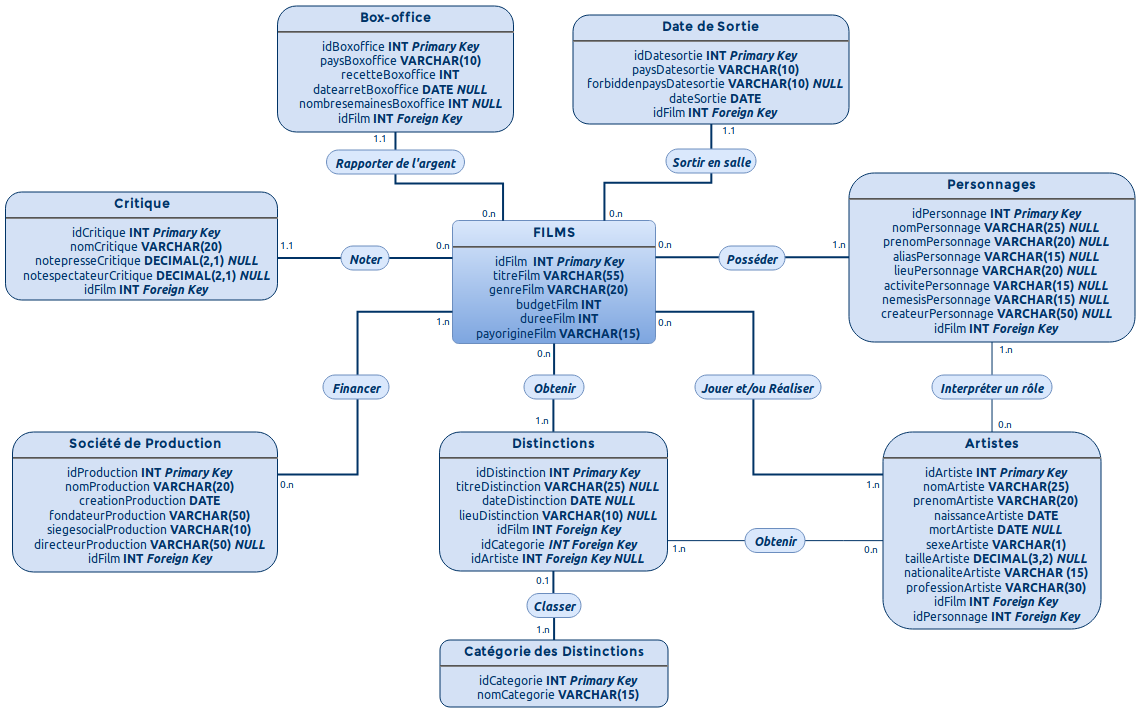
The draw.io diagram Images/Schéma MCD MovieDatabase.png in Zocel/MovieDatabase, before a commit. Source tidied: cells renumbered, new cells last; positions are measured from the earlier drawing's top-left corner, leaving out a move shared by most shapes.
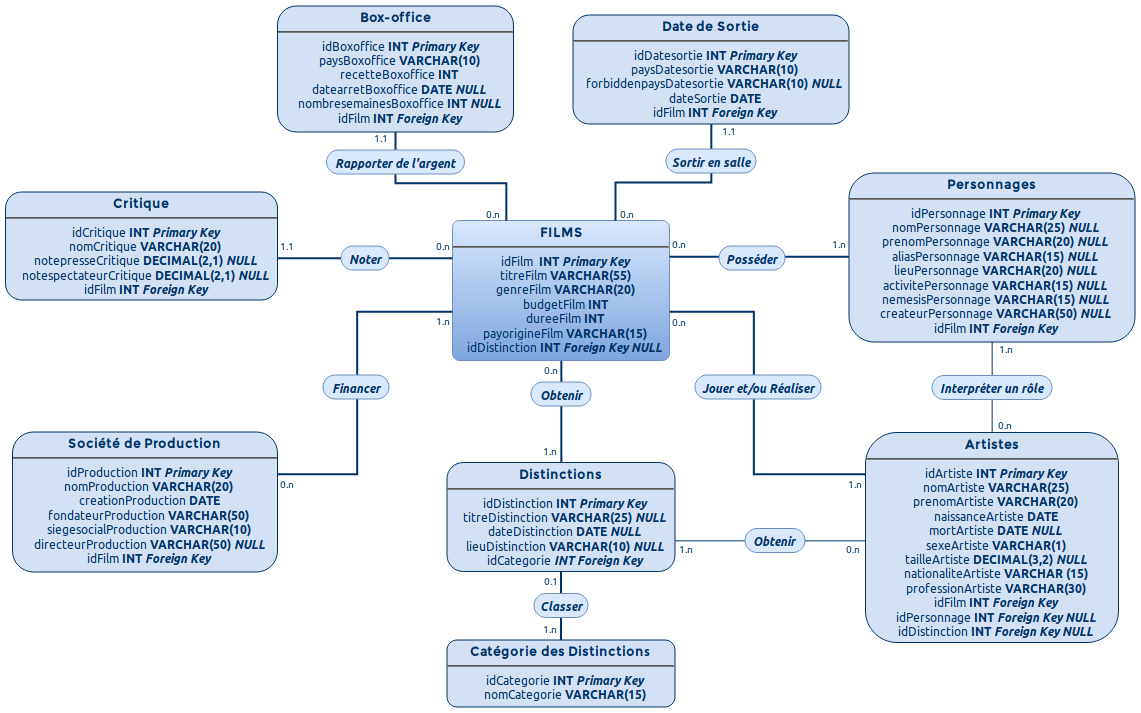
After the commit.

Diff of the diagram source:
```diff
@@ -2,11 +2,11 @@
   <root>
     <mxCell id="0" />
     <mxCell id="1" parent="0" />
-    <mxCell id="2" value="&lt;p style=&quot;margin: 4px 0px 0px&quot; align=&quot;center&quot;&gt;&lt;font face=&quot;Montserrat&quot;&gt;&lt;strong&gt;FILMS&lt;/strong&gt;&lt;/font&gt;&lt;/p&gt;&lt;hr align=&quot;center&quot;&gt;&lt;p style=&quot;margin: 0px ; margin-left: 8px&quot; align=&quot;center&quot;&gt;idFilm&amp;nbsp; &lt;b&gt;INT&lt;/b&gt;&lt;i&gt;&lt;b&gt; Primary Key&lt;/b&gt;&lt;/i&gt;&lt;/p&gt;&lt;p style=&quot;margin: 0px ; margin-left: 8px&quot; align=&quot;center&quot;&gt;titreFilm&lt;b&gt; VARCHAR(55)&lt;/b&gt;&lt;/p&gt;&lt;p style=&quot;margin: 0px ; margin-left: 8px&quot; align=&quot;center&quot;&gt;genreFilm&lt;b&gt; VARCHAR(20)&lt;/b&gt;&lt;/p&gt;&lt;p style=&quot;margin: 0px ; margin-left: 8px&quot; align=&quot;center&quot;&gt;budgetFilm&lt;b&gt; INT&lt;/b&gt;&lt;/p&gt;&lt;p style=&quot;margin: 0px ; margin-left: 8px&quot; align=&quot;center&quot;&gt;dureeFilm&lt;b&gt; INT&lt;/b&gt;&lt;/p&gt;&lt;p style=&quot;margin: 0px ; margin-left: 8px&quot; align=&quot;center&quot;&gt;payorigineFilm&lt;b&gt; VARCHAR(15)&lt;/b&gt;&lt;i&gt;&lt;b&gt;&lt;br&gt;&lt;/b&gt;&lt;/i&gt;&lt;/p&gt;" style="verticalAlign=top;align=left;overflow=fill;fontSize=12;fontFamily=Ubuntu;html=1;strokeColor=#6c8ebf;shadow=0;fillColor=#dae8fc;glass=0;comic=0;rounded=1;arcSize=5;gradientColor=#7ea6e0;gradientDirection=south;fontColor=#003366;" parent="1" vertex="1">
-      <mxGeometry x="447" y="214" width="203" height="123" as="geometry" />
+    <mxCell id="2" value="&lt;p style=&quot;margin: 4px 0px 0px&quot; align=&quot;center&quot;&gt;&lt;font face=&quot;Montserrat&quot;&gt;&lt;strong&gt;FILMS&lt;/strong&gt;&lt;/font&gt;&lt;/p&gt;&lt;hr align=&quot;center&quot;&gt;&lt;p style=&quot;margin: 0px ; margin-left: 8px&quot; align=&quot;center&quot;&gt;idFilm&amp;nbsp; &lt;b&gt;INT&lt;/b&gt;&lt;i&gt;&lt;b&gt; Primary Key&lt;/b&gt;&lt;/i&gt;&lt;/p&gt;&lt;p style=&quot;margin: 0px ; margin-left: 8px&quot; align=&quot;center&quot;&gt;titreFilm&lt;b&gt; VARCHAR(55)&lt;/b&gt;&lt;/p&gt;&lt;p style=&quot;margin: 0px ; margin-left: 8px&quot; align=&quot;center&quot;&gt;genreFilm&lt;b&gt; VARCHAR(20)&lt;/b&gt;&lt;/p&gt;&lt;p style=&quot;margin: 0px ; margin-left: 8px&quot; align=&quot;center&quot;&gt;budgetFilm&lt;b&gt; INT&lt;/b&gt;&lt;/p&gt;&lt;p style=&quot;margin: 0px ; margin-left: 8px&quot; align=&quot;center&quot;&gt;dureeFilm&lt;b&gt; INT&lt;/b&gt;&lt;/p&gt;&lt;p style=&quot;margin: 0px ; margin-left: 8px&quot; align=&quot;center&quot;&gt;payorigineFilm&lt;b&gt; VARCHAR(15)&lt;/b&gt;&lt;i&gt;&lt;b&gt;&lt;br&gt;&lt;/b&gt;&lt;/i&gt;&lt;/p&gt;&lt;p style=&quot;margin: 0px ; margin-left: 8px&quot; align=&quot;center&quot;&gt;idDistinction&lt;i&gt;&lt;b&gt; &lt;/b&gt;&lt;/i&gt;&lt;b&gt;INT&lt;/b&gt;&lt;i&gt;&lt;b&gt; Foreign Key NULL&lt;br&gt;&lt;/b&gt;&lt;/i&gt;&lt;/p&gt;" style="verticalAlign=top;align=left;overflow=fill;fontSize=12;fontFamily=Ubuntu;html=1;strokeColor=#6c8ebf;shadow=0;fillColor=#dae8fc;glass=0;comic=0;rounded=1;arcSize=5;gradientColor=#7ea6e0;gradientDirection=south;fontColor=#003366;" parent="1" vertex="1">
+      <mxGeometry x="447" y="214" width="217" height="140" as="geometry" />
     </mxCell>
-    <mxCell id="3" value="&lt;p style=&quot;margin: 4px 0px 0px&quot; align=&quot;center&quot;&gt;&lt;strong&gt;&lt;font face=&quot;Montserrat&quot;&gt;Artistes&lt;/font&gt;&lt;br&gt;&lt;/strong&gt;&lt;/p&gt;&lt;hr align=&quot;center&quot;&gt;&lt;p style=&quot;margin: 0px ; margin-left: 8px&quot; align=&quot;center&quot;&gt;idArtiste &lt;b&gt;INT &lt;i&gt;Primary Key&lt;/i&gt;&lt;/b&gt;&lt;br&gt;&lt;/p&gt;&lt;p style=&quot;margin: 0px ; margin-left: 8px&quot; align=&quot;center&quot;&gt;nomArtiste &lt;b&gt;VARCHAR(25)&lt;/b&gt;&lt;br&gt;&lt;/p&gt;&lt;p style=&quot;margin: 0px ; margin-left: 8px&quot; align=&quot;center&quot;&gt;prenomArtiste &lt;b&gt;VARCHAR(20)&lt;/b&gt;&lt;br&gt;&lt;/p&gt;&lt;p style=&quot;margin: 0px ; margin-left: 8px&quot; align=&quot;center&quot;&gt;naissanceArtiste &lt;b&gt;DATE&lt;/b&gt;&lt;/p&gt;&lt;p style=&quot;margin: 0px ; margin-left: 8px&quot; align=&quot;center&quot;&gt;mortArtiste &lt;b&gt;DATE &lt;i&gt;NULL&lt;/i&gt;&lt;/b&gt;&lt;br&gt;&lt;/p&gt;&lt;p style=&quot;margin: 0px ; margin-left: 8px&quot; align=&quot;center&quot;&gt;sexeArtiste &lt;b&gt;VARCHAR(1)&lt;/b&gt;&lt;br&gt;tailleArtiste &lt;b&gt;&lt;b&gt;DECIMAL&lt;/b&gt;&lt;b&gt;&lt;b&gt;(3,2)&lt;/b&gt;&lt;i&gt; NULL&lt;/i&gt;&lt;/b&gt;&lt;/b&gt;&lt;/p&gt;&lt;p style=&quot;margin: 0px ; margin-left: 8px&quot; align=&quot;center&quot;&gt;nationaliteArtiste &lt;b&gt;VARCHAR (15)&lt;/b&gt;&lt;/p&gt;&lt;p style=&quot;margin: 0px ; margin-left: 8px&quot; align=&quot;center&quot;&gt;professionArtiste &lt;b&gt;VARCHAR(30)&lt;/b&gt;&lt;/p&gt;&lt;p style=&quot;margin: 0px ; margin-left: 8px&quot; align=&quot;center&quot;&gt;idFilm&lt;b&gt; INT &lt;i&gt;Foreign Key&lt;/i&gt;&lt;br&gt;&lt;/b&gt;&lt;/p&gt;&lt;p style=&quot;margin: 0px ; margin-left: 8px&quot; align=&quot;center&quot;&gt;idPersonnage&lt;b&gt; INT &lt;i&gt;Foreign Key&lt;/i&gt;&lt;br&gt;&lt;/b&gt;&lt;/p&gt;" style="verticalAlign=top;align=left;overflow=fill;fontSize=12;fontFamily=Ubuntu;html=1;strokeColor=#003366;shadow=0;fillColor=#D4E1F5;fontColor=#003366;comic=0;glass=0;rounded=1;strokeWidth=1;fontStyle=0;" parent="1" vertex="1">
-      <mxGeometry x="877.5" y="425.5" width="218" height="197" as="geometry" />
+    <mxCell id="3" value="&lt;p style=&quot;margin: 4px 0px 0px&quot; align=&quot;center&quot;&gt;&lt;strong&gt;&lt;font face=&quot;Montserrat&quot;&gt;Artistes&lt;/font&gt;&lt;br&gt;&lt;/strong&gt;&lt;/p&gt;&lt;hr align=&quot;center&quot;&gt;&lt;p style=&quot;margin: 0px ; margin-left: 8px&quot; align=&quot;center&quot;&gt;idArtiste &lt;b&gt;INT &lt;i&gt;Primary Key&lt;/i&gt;&lt;/b&gt;&lt;br&gt;&lt;/p&gt;&lt;p style=&quot;margin: 0px ; margin-left: 8px&quot; align=&quot;center&quot;&gt;nomArtiste &lt;b&gt;VARCHAR(25)&lt;/b&gt;&lt;br&gt;&lt;/p&gt;&lt;p style=&quot;margin: 0px ; margin-left: 8px&quot; align=&quot;center&quot;&gt;prenomArtiste &lt;b&gt;VARCHAR(20)&lt;/b&gt;&lt;br&gt;&lt;/p&gt;&lt;p style=&quot;margin: 0px ; margin-left: 8px&quot; align=&quot;center&quot;&gt;naissanceArtiste &lt;b&gt;DATE&lt;/b&gt;&lt;/p&gt;&lt;p style=&quot;margin: 0px ; margin-left: 8px&quot; align=&quot;center&quot;&gt;mortArtiste &lt;b&gt;DATE &lt;i&gt;NULL&lt;/i&gt;&lt;/b&gt;&lt;br&gt;&lt;/p&gt;&lt;p style=&quot;margin: 0px ; margin-left: 8px&quot; align=&quot;center&quot;&gt;sexeArtiste &lt;b&gt;VARCHAR(1)&lt;/b&gt;&lt;br&gt;tailleArtiste &lt;b&gt;&lt;b&gt;DECIMAL&lt;/b&gt;&lt;b&gt;&lt;b&gt;(3,2)&lt;/b&gt;&lt;i&gt; NULL&lt;/i&gt;&lt;/b&gt;&lt;/b&gt;&lt;/p&gt;&lt;p style=&quot;margin: 0px ; margin-left: 8px&quot; align=&quot;center&quot;&gt;nationaliteArtiste &lt;b&gt;VARCHAR (15)&lt;/b&gt;&lt;/p&gt;&lt;p style=&quot;margin: 0px ; margin-left: 8px&quot; align=&quot;center&quot;&gt;professionArtiste &lt;b&gt;VARCHAR(30)&lt;/b&gt;&lt;/p&gt;&lt;p style=&quot;margin: 0px ; margin-left: 8px&quot; align=&quot;center&quot;&gt;idFilm&lt;b&gt; INT &lt;i&gt;Foreign Key&lt;/i&gt;&lt;br&gt;&lt;/b&gt;&lt;/p&gt;&lt;p style=&quot;margin: 0px ; margin-left: 8px&quot; align=&quot;center&quot;&gt;idPersonnage&lt;b&gt; INT &lt;i&gt;Foreign Key&lt;/i&gt;&lt;/b&gt;&lt;b&gt;&lt;b&gt;&lt;b&gt;&lt;i&gt; NULL&lt;/i&gt;&lt;/b&gt;&lt;/b&gt;&lt;/b&gt;&lt;/p&gt;&lt;p style=&quot;margin: 0px ; margin-left: 8px&quot; align=&quot;center&quot;&gt;idDistinction&lt;b&gt;&lt;b&gt;&lt;b&gt; INT &lt;i&gt;Foreign Key NULL&lt;br&gt;&lt;/i&gt;&lt;/b&gt;&lt;/b&gt;&lt;/b&gt;&lt;/p&gt;" style="verticalAlign=top;align=left;overflow=fill;fontSize=12;fontFamily=Ubuntu;html=1;strokeColor=#003366;shadow=0;fillColor=#D4E1F5;fontColor=#003366;comic=0;glass=0;rounded=1;strokeWidth=1;fontStyle=0;" parent="1" vertex="1">
+      <mxGeometry x="860" y="426" width="253" height="210" as="geometry" />
     </mxCell>
     <mxCell id="4" value="&lt;p style=&quot;margin: 4px 0px 0px&quot; align=&quot;center&quot;&gt;&lt;strong&gt;&lt;font face=&quot;Montserrat&quot;&gt;Société de Production&lt;/font&gt;&lt;br&gt;&lt;/strong&gt;&lt;/p&gt;&lt;hr align=&quot;center&quot;&gt;&lt;p style=&quot;margin: 0px ; margin-left: 8px&quot; align=&quot;center&quot;&gt;idProduction &lt;b&gt;INT &lt;i&gt;Primary Key&lt;/i&gt;&lt;/b&gt;&lt;br&gt;&lt;/p&gt;&lt;p style=&quot;margin: 0px ; margin-left: 8px&quot; align=&quot;center&quot;&gt;nomProduction &lt;b&gt;VARCHAR(20)&lt;/b&gt;&lt;br&gt;&lt;/p&gt;&lt;p style=&quot;margin: 0px ; margin-left: 8px&quot; align=&quot;center&quot;&gt;creationProduction &lt;b&gt;DATE&lt;/b&gt;&lt;/p&gt;&lt;p style=&quot;margin: 0px ; margin-left: 8px&quot; align=&quot;center&quot;&gt;fondateurProduction &lt;b&gt;VARCHAR(50)&lt;/b&gt;&lt;br&gt;&lt;/p&gt;&lt;p style=&quot;margin: 0px ; margin-left: 8px&quot; align=&quot;center&quot;&gt;siegesocialProduction &lt;b&gt;VARCHAR(10)&lt;/b&gt;&lt;br&gt;&lt;/p&gt;&lt;p style=&quot;margin: 0px ; margin-left: 8px&quot; align=&quot;center&quot;&gt;directeurProduction &lt;b&gt;VARCHAR(50)&lt;/b&gt;&lt;b&gt;&lt;b&gt;&lt;i&gt; NULL&lt;/i&gt;&lt;/b&gt;&lt;/b&gt;&lt;/p&gt;&lt;p style=&quot;margin: 0px ; margin-left: 8px&quot; align=&quot;center&quot;&gt;idFilm&lt;b&gt; INT &lt;b&gt;&lt;i&gt;Foreign Key&lt;br&gt;&lt;/i&gt;&lt;/b&gt;&lt;/b&gt;&lt;/p&gt;" style="verticalAlign=top;align=left;overflow=fill;fontSize=12;fontFamily=Ubuntu;html=1;strokeColor=#003366;shadow=0;fillColor=#D4E1F5;fontColor=#003366;comic=0;glass=0;rounded=1;strokeWidth=1;fontStyle=0;" parent="1" vertex="1">
       <mxGeometry x="7" y="425.5" width="265" height="140" as="geometry" />
@@ -17,8 +17,7 @@
     <mxCell id="6" style="endArrow=none;endSize=12;startArrow=none;startSize=14;startFill=0;edgeStyle=orthogonalEdgeStyle;exitX=0.25;exitY=0;exitDx=0;exitDy=0;strokeWidth=2;strokeColor=#003366;fontFamily=Ubuntu;rounded=0;endFill=0;" parent="1" edge="1" source="2" target="5">
       <mxGeometry x="610.4" y="206.5" as="geometry">
         <Array as="points">
-          <mxPoint x="497" y="214" />
-          <mxPoint x="497" y="177" />
+          <mxPoint x="501" y="177" />
           <mxPoint x="390" y="177" />
         </Array>
       </mxGeometry>
@@ -42,7 +41,7 @@
     <mxCell id="11" style="endArrow=none;endSize=12;startArrow=none;startSize=14;startFill=0;edgeStyle=orthogonalEdgeStyle;exitX=0.75;exitY=0;exitDx=0;exitDy=0;strokeWidth=2;strokeColor=#003366;fontFamily=Ubuntu;rounded=0;endFill=0;" parent="1" edge="1" source="2" target="10">
       <mxGeometry x="839.9" y="215" as="geometry">
         <Array as="points">
-          <mxPoint x="599" y="176" />
+          <mxPoint x="610" y="176" />
           <mxPoint x="706" y="176" />
         </Array>
       </mxGeometry>
@@ -131,14 +130,14 @@
         <mxPoint x="-0.5" y="-3" as="offset" />
       </mxGeometry>
     </mxCell>
-    <mxCell id="30" value="&lt;p style=&quot;margin: 4px 0px 0px&quot; align=&quot;center&quot;&gt;&lt;strong&gt;&lt;font face=&quot;Montserrat&quot;&gt;Distinctions&lt;/font&gt;&lt;br&gt;&lt;/strong&gt;&lt;/p&gt;&lt;hr align=&quot;center&quot;&gt;&lt;p style=&quot;margin: 0px ; margin-left: 8px&quot; align=&quot;center&quot;&gt;idDistinction &lt;b&gt;INT&lt;/b&gt;&lt;i&gt;&lt;b&gt; Primary Key&lt;/b&gt;&lt;/i&gt;&lt;br&gt;titreDistinction&lt;i&gt;&lt;b&gt; &lt;/b&gt;&lt;/i&gt;&lt;b&gt;&lt;b&gt;VARCHAR(25) &lt;i&gt;NULL&lt;/i&gt;&lt;br&gt;&lt;/b&gt;&lt;/b&gt;&lt;/p&gt;&lt;p style=&quot;margin: 0px ; margin-left: 8px&quot; align=&quot;center&quot;&gt;dateDistinction &lt;b&gt;DATE &lt;/b&gt;&lt;b&gt;&lt;b&gt;&lt;b&gt;&lt;i&gt;NULL&lt;/i&gt;&lt;/b&gt;&lt;/b&gt;&lt;/b&gt;&lt;/p&gt;&lt;p style=&quot;margin: 0px ; margin-left: 8px&quot; align=&quot;center&quot;&gt;lieuDistinction &lt;b&gt;VARCHAR(10) &lt;i&gt;NULL&lt;/i&gt;&lt;/b&gt;&lt;/p&gt;&lt;p style=&quot;margin: 0px ; margin-left: 8px&quot; align=&quot;center&quot;&gt;idFilm&lt;b&gt; INT&lt;i&gt; Foreign Key&lt;/i&gt;&lt;/b&gt;&lt;/p&gt;&lt;p style=&quot;margin: 0px ; margin-left: 8px&quot; align=&quot;center&quot;&gt;idCategorie&lt;b&gt;&lt;i&gt; INT Foreign Key&lt;/i&gt;&lt;/b&gt;&lt;/p&gt;&lt;p style=&quot;margin: 0px ; margin-left: 8px&quot; align=&quot;center&quot;&gt;idArtiste&lt;b&gt;&lt;b&gt;&lt;b&gt;&lt;b&gt; INT&lt;/b&gt;&lt;/b&gt;&lt;/b&gt;&lt;i&gt;&lt;b&gt;&lt;i&gt;&lt;b&gt;&lt;i&gt;&lt;i&gt;&lt;b&gt; Foreign Key NULL&lt;/b&gt;&lt;/i&gt;&lt;/i&gt;&lt;/b&gt;&lt;/i&gt;&lt;/b&gt;&lt;/i&gt;&lt;/b&gt;&lt;br&gt;&lt;/p&gt;&lt;p style=&quot;margin: 0px ; margin-left: 8px&quot; align=&quot;center&quot;&gt;&lt;b&gt;&lt;i&gt;&lt;/i&gt;&lt;/b&gt;&lt;br&gt;&lt;/p&gt;" style="verticalAlign=top;align=left;overflow=fill;fontSize=12;fontFamily=Ubuntu;html=1;strokeColor=#003366;shadow=0;fillColor=#D4E1F5;fontColor=#003366;rounded=1;fontStyle=0;" parent="1" vertex="1">
-      <mxGeometry x="434" y="425.5" width="228" height="139" as="geometry" />
+    <mxCell id="30" value="&lt;p style=&quot;margin: 4px 0px 0px&quot; align=&quot;center&quot;&gt;&lt;strong&gt;&lt;font face=&quot;Montserrat&quot;&gt;Distinctions&lt;/font&gt;&lt;br&gt;&lt;/strong&gt;&lt;/p&gt;&lt;hr align=&quot;center&quot;&gt;&lt;p style=&quot;margin: 0px ; margin-left: 8px&quot; align=&quot;center&quot;&gt;idDistinction &lt;b&gt;INT&lt;/b&gt;&lt;i&gt;&lt;b&gt; Primary Key&lt;/b&gt;&lt;/i&gt;&lt;br&gt;titreDistinction&lt;i&gt;&lt;b&gt; &lt;/b&gt;&lt;/i&gt;&lt;b&gt;&lt;b&gt;VARCHAR(25) &lt;i&gt;NULL&lt;/i&gt;&lt;br&gt;&lt;/b&gt;&lt;/b&gt;&lt;/p&gt;&lt;p style=&quot;margin: 0px ; margin-left: 8px&quot; align=&quot;center&quot;&gt;dateDistinction &lt;b&gt;DATE &lt;/b&gt;&lt;b&gt;&lt;b&gt;&lt;b&gt;&lt;i&gt;NULL&lt;/i&gt;&lt;/b&gt;&lt;/b&gt;&lt;/b&gt;&lt;/p&gt;&lt;p style=&quot;margin: 0px ; margin-left: 8px&quot; align=&quot;center&quot;&gt;lieuDistinction &lt;b&gt;VARCHAR(10) &lt;i&gt;NULL&lt;/i&gt;&lt;/b&gt;&lt;/p&gt;&lt;p style=&quot;margin: 0px ; margin-left: 8px&quot; align=&quot;center&quot;&gt;idCategorie&lt;b&gt;&lt;i&gt; INT Foreign Key&lt;/i&gt;&lt;/b&gt;&lt;/p&gt;&lt;p style=&quot;margin: 0px ; margin-left: 8px&quot; align=&quot;center&quot;&gt;&lt;b&gt;&lt;i&gt;&lt;/i&gt;&lt;/b&gt;&lt;br&gt;&lt;/p&gt;" style="verticalAlign=top;align=left;overflow=fill;fontSize=12;fontFamily=Ubuntu;html=1;strokeColor=#003366;shadow=0;fillColor=#D4E1F5;fontColor=#003366;rounded=1;fontStyle=0;" parent="1" vertex="1">
+      <mxGeometry x="441.5" y="456" width="228" height="109" as="geometry" />
     </mxCell>
     <mxCell id="31" value="&lt;div&gt;Obtenir&lt;/div&gt;" style="text;html=1;align=center;verticalAlign=middle;fillColor=#dae8fc;strokeColor=#6c8ebf;rounded=1;fontFamily=Ubuntu;rotation=0;arcSize=50;fontColor=#003366;fontStyle=3;" parent="1" vertex="1">
-      <mxGeometry x="518.5" y="368.5" width="60" height="24" as="geometry" />
+      <mxGeometry x="525.5" y="375.5" width="60" height="24" as="geometry" />
     </mxCell>
     <mxCell id="32" value="Interpréter un rôle" style="text;html=1;align=center;verticalAlign=middle;fillColor=#dae8fc;strokeColor=#6c8ebf;rounded=1;fontFamily=Ubuntu;arcSize=50;fontColor=#003366;fontStyle=3;" parent="1" vertex="1">
-      <mxGeometry x="926.5" y="368.5" width="120" height="24" as="geometry" />
+      <mxGeometry x="926.5" y="369" width="120" height="24" as="geometry" />
     </mxCell>
     <mxCell id="33" style="endArrow=none;endSize=12;startArrow=none;startSize=14;startFill=0;edgeStyle=orthogonalEdgeStyle;strokeWidth=2;strokeColor=#003366;rounded=0;fontFamily=Ubuntu;endFill=0;" parent="1" edge="1" source="2" target="3">
       <mxGeometry x="760.4" y="719.5" as="geometry">
@@ -207,7 +206,7 @@
       <mxGeometry x="713.5" y="239.5" width="66" height="24" as="geometry" />
     </mxCell>
     <mxCell id="46" value="&lt;p style=&quot;margin: 4px 0px 0px&quot; align=&quot;center&quot;&gt;&lt;strong&gt;&lt;font face=&quot;Montserrat&quot;&gt;Catégorie des Distinction&lt;/font&gt;s&lt;br&gt;&lt;/strong&gt;&lt;/p&gt;&lt;hr align=&quot;center&quot;&gt;&lt;p style=&quot;margin: 0px ; margin-left: 8px&quot; align=&quot;center&quot;&gt;idCategorie &lt;b&gt;INT&lt;/b&gt;&lt;i&gt;&lt;b&gt; Primary Key&lt;/b&gt;&lt;/i&gt;&lt;br&gt;nomCategorie&lt;i&gt;&lt;b&gt; &lt;/b&gt;&lt;/i&gt;&lt;b&gt;&lt;b&gt;VARCHAR(15)&lt;/b&gt;&lt;/b&gt;&lt;/p&gt;&lt;p style=&quot;margin: 0px ; margin-left: 8px&quot; align=&quot;center&quot;&gt;&lt;b&gt;&lt;i&gt;&lt;/i&gt;&lt;/b&gt;&lt;br&gt;&lt;/p&gt;" style="verticalAlign=top;align=left;overflow=fill;fontSize=12;fontFamily=Ubuntu;html=1;strokeColor=#003366;shadow=0;fillColor=#D4E1F5;fontColor=#003366;rounded=1;fontStyle=0;" parent="1" vertex="1">
-      <mxGeometry x="434.5" y="633.5" width="228" height="67" as="geometry" />
+      <mxGeometry x="441.5" y="633.5" width="228" height="67" as="geometry" />
     </mxCell>
     <mxCell id="47" style="endArrow=none;endSize=12;startArrow=none;startSize=14;startFill=0;edgeStyle=orthogonalEdgeStyle;strokeWidth=2;strokeColor=#003366;rounded=0;fontFamily=Ubuntu;endFill=0;" parent="1" edge="1" source="46" target="30">
       <mxGeometry x="583.4" y="904.5" as="geometry" />
@@ -223,7 +222,7 @@
       </mxGeometry>
     </mxCell>
     <mxCell id="50" value="Classer" style="text;html=1;align=center;verticalAlign=middle;fillColor=#dae8fc;strokeColor=#6c8ebf;rounded=1;fontFamily=Ubuntu;arcSize=50;fontColor=#003366;fontStyle=3;" parent="1" vertex="1">
-      <mxGeometry x="521.5" y="587" width="54" height="24" as="geometry" />
+      <mxGeometry x="528.5" y="587" width="54" height="24" as="geometry" />
     </mxCell>
   </root>
 </mxGraphModel>
```
